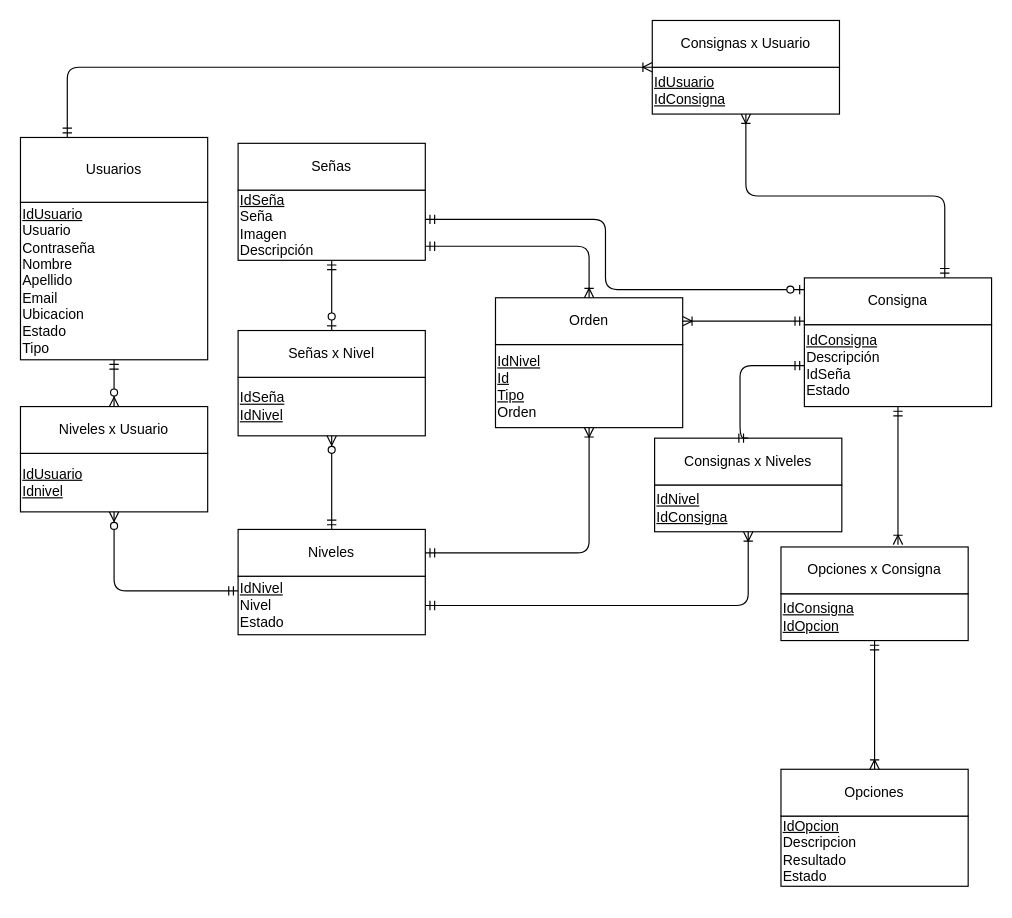
The draw.io diagram Documentación/DER.drawio in AxelNegro/PA2_Grupo1, before the edit. Source tidied: cells renumbered, new cells numbered last; positions are measured from the earlier drawing's top-left corner, leaving out a move shared by most shapes. Both pictures are drawn from the tidied source at 117%, with x=0, y=0 at pixel (20, 20).
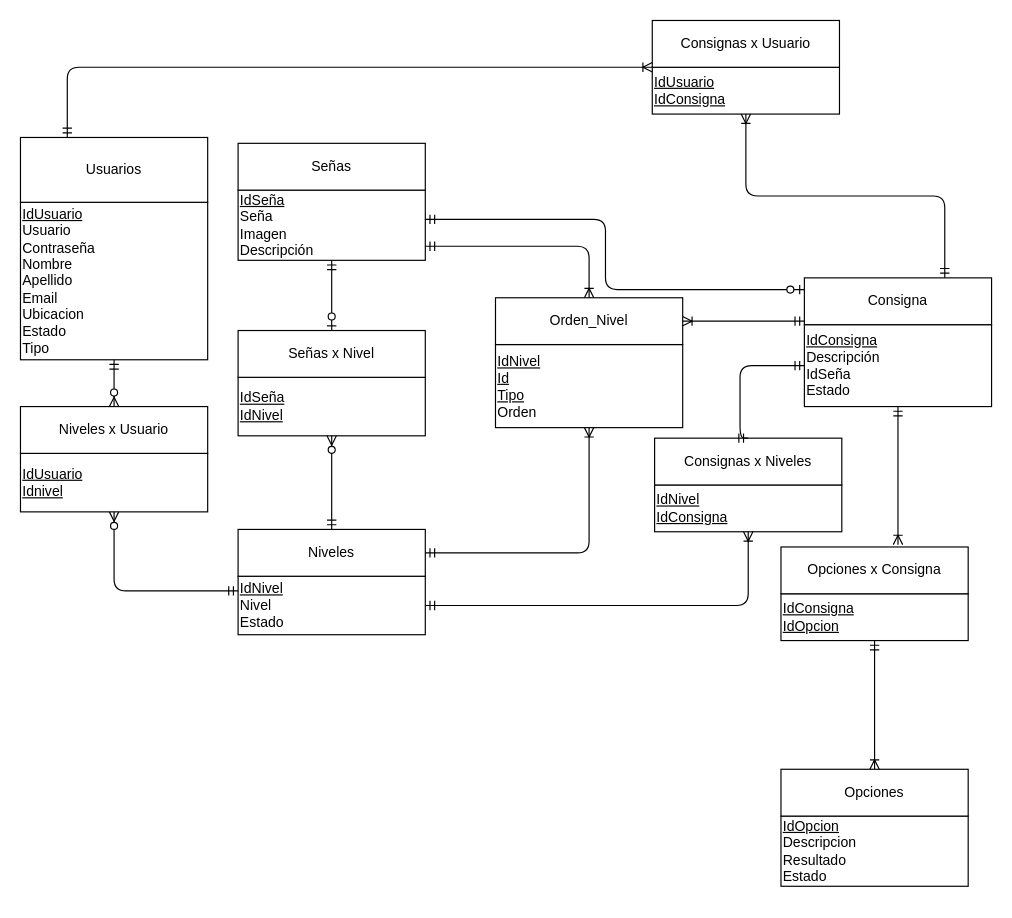
The same page after the edit.

Commit message (it also covers changes not shown here):
Corregido algo de documentación

Unchanged cells that the change refers to:
```xml
<mxCell id="42" style="group;" parent="1" vertex="1">
  <mxGeometry x="406" y="237" width="160" height="111" as="geometry" />
</mxCell>
```

Diff of the diagram source:
```diff
@@
-    <mxCell id="44" value="Orden" style="rounded=0;whiteSpace=wrap;html=1;" parent="42" vertex="1">
+    <mxCell id="44" value="Orden_Nivel" style="rounded=0;whiteSpace=wrap;html=1;" parent="42" vertex="1">
       <mxGeometry width="160" height="40" as="geometry" />
     </mxCell>
```
